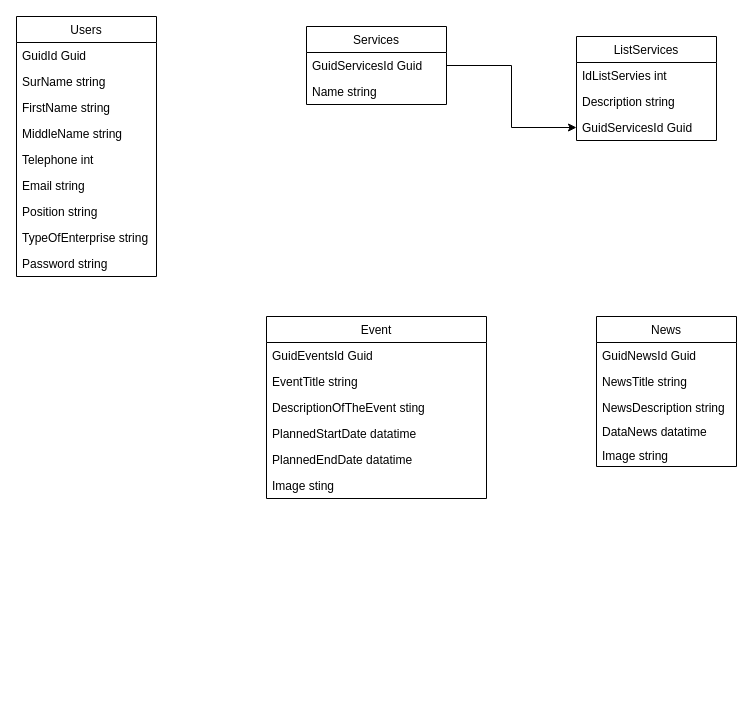
This is Required files/ExampleDatabase.drawio from OdinSoloMan/Diploma, a draw.io file, before an edit. Source tidied: cells renumbered, new cells numbered last; positions are measured from the earlier drawing's top-left corner, leaving out a move shared by most shapes. Both pictures are drawn from the tidied source at 100%, with x=0, y=0 at pixel (16, 16).
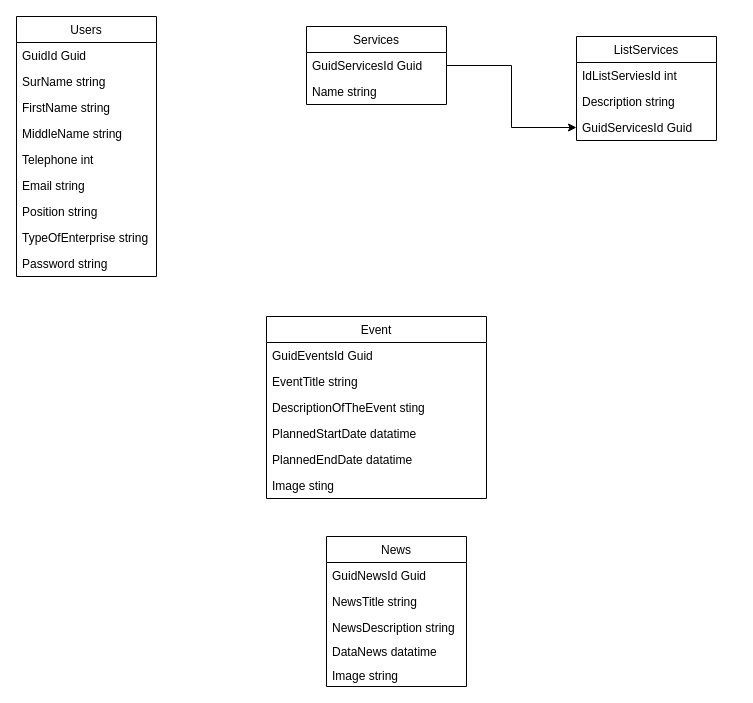
Above is the later version.

Unchanged cells that the change refers to:
```xml
<mxCell id="15" value="ListServices" style="swimlane;fontStyle=0;horizontal=1;startSize=26;fillColor=none;" parent="1" vertex="1">
  <mxGeometry x="560" y="20" width="140" height="104" as="geometry" />
</mxCell>
```

The edit, as a diff of the source:
```diff
@@
-    <mxCell id="16" value="IdListServies int" style="text;strokeColor=none;fillColor=none;align=left;verticalAlign=top;spacingLeft=4;spacingRight=4;overflow=hidden;" parent="15" vertex="1">
+    <mxCell id="16" value="IdListServiesId int" style="text;strokeColor=none;fillColor=none;align=left;verticalAlign=top;spacingLeft=4;spacingRight=4;overflow=hidden;" parent="15" vertex="1">
       <mxGeometry y="26" width="140" height="26" as="geometry" />
     </mxCell>
@@
     <mxCell id="27" value="News" style="swimlane;fontStyle=0;horizontal=1;startSize=26;fillColor=none;" parent="1" vertex="1">
-      <mxGeometry x="580" y="300" width="140" height="150" as="geometry" />
+      <mxGeometry x="310" y="520" width="140" height="150" as="geometry" />
     </mxCell>
```
